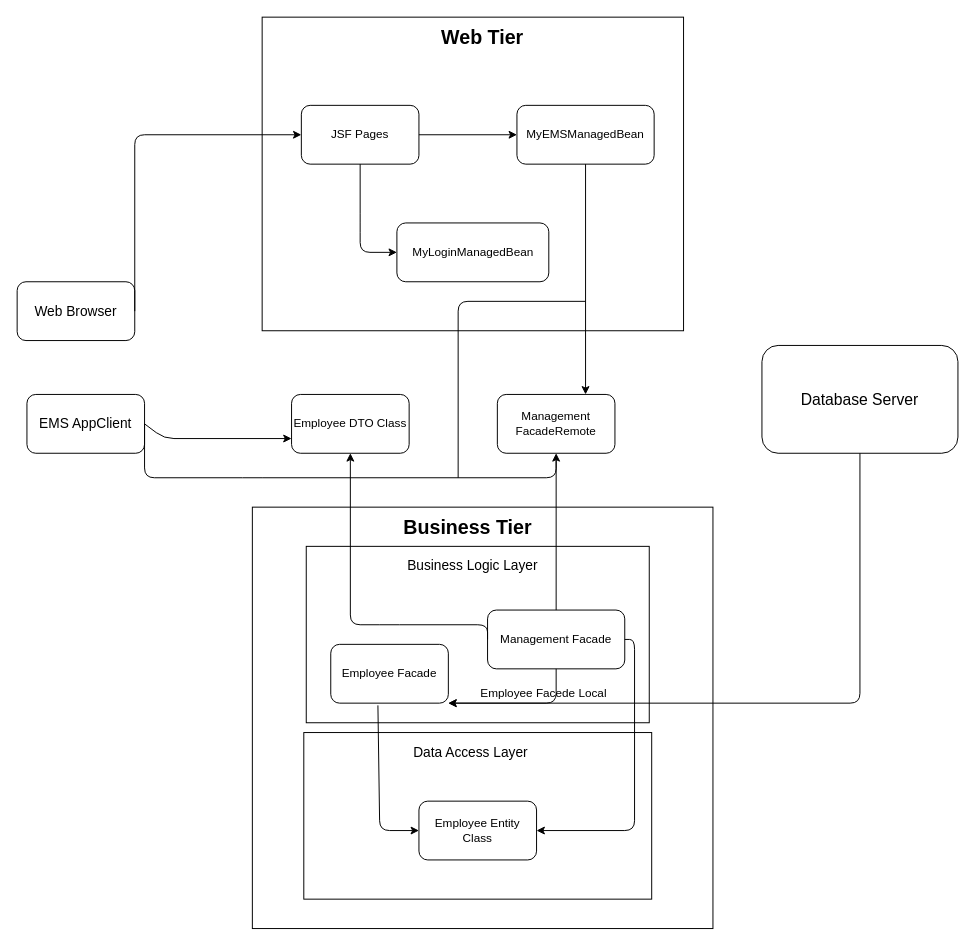
Before: PassTask7.drawio in LastMinuteBanter/DistinctionTaskUML, a draw.io diagram. Source tidied: cells renumbered, new cells numbered last; positions are measured from the earlier drawing's top-left corner, leaving out a move shared by most shapes. Both pictures are drawn from the tidied source at 98%, with x=0, y=0 at pixel (17, 17).
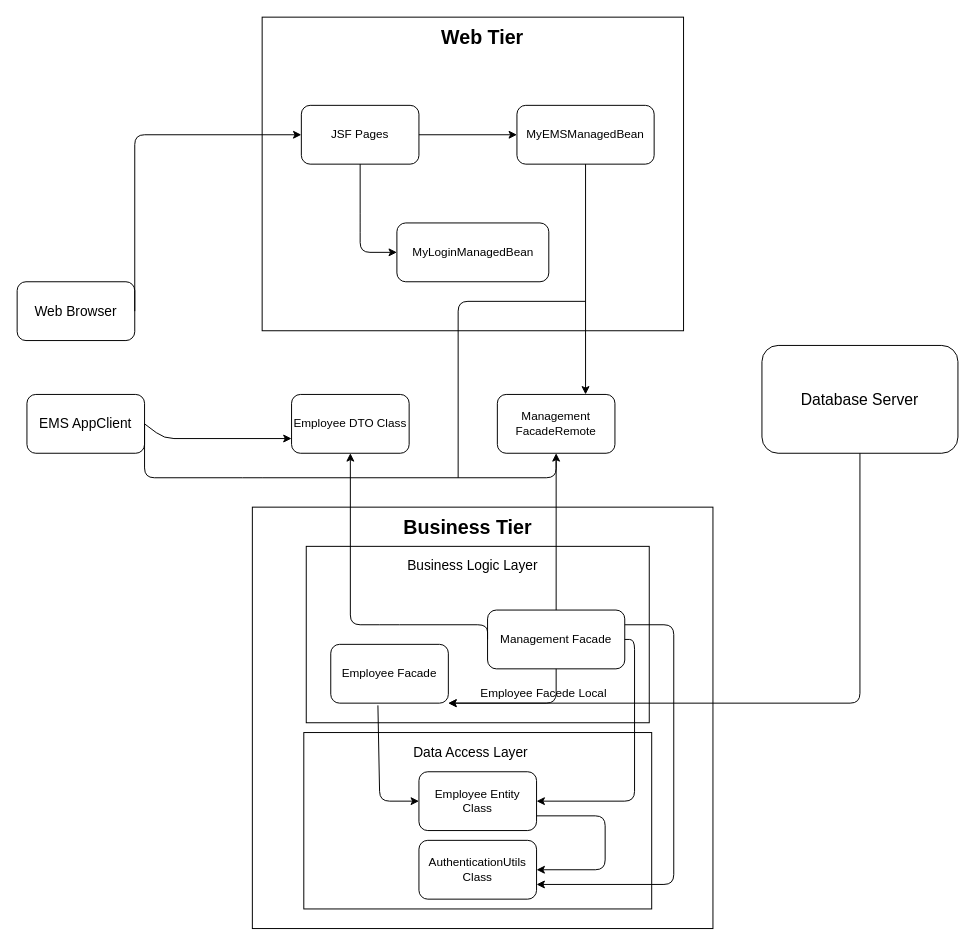
Above is the later version.

Unchanged cells that the change refers to:
```xml
<mxCell id="13" value="Management Facade" style="rounded=1;whiteSpace=wrap;html=1;" parent="1" vertex="1">
  <mxGeometry x="480" y="605" width="140" height="60" as="geometry" />
</mxCell>
<mxCell id="14" value="Employee Facade" style="rounded=1;whiteSpace=wrap;html=1;" parent="1" vertex="1">
  <mxGeometry x="320" y="640" width="120" height="60" as="geometry" />
</mxCell>
```

What changed in the source:
```diff
@@
     <mxCell id="15" style="rounded=0;whiteSpace=wrap;html=1;" parent="1" vertex="1">
-      <mxGeometry x="292.5" y="730" width="355" height="170" as="geometry" />
+      <mxGeometry x="292.5" y="730" width="355" height="180" as="geometry" />
     </mxCell>
@@
     <mxCell id="18" value="Employee Entity Class" style="rounded=1;whiteSpace=wrap;html=1;" parent="1" vertex="1">
-      <mxGeometry x="410" y="800" width="120" height="60" as="geometry" />
+      <mxGeometry x="410" y="770" width="120" height="60" as="geometry" />
     </mxCell>
@@
     <mxCell id="29" style="endArrow=classic;html=1;entryX=0;entryY=0.5;entryDx=0;entryDy=0;exitX=0.401;exitY=1.038;exitDx=0;exitDy=0;exitPerimeter=0;" parent="1" edge="1" source="14" target="18">
       <mxGeometry relative="1" as="geometry">
         <Array as="points">
-          <mxPoint x="370" y="830" />
+          <mxPoint x="370" y="800" />
         </Array>
       </mxGeometry>
     </mxCell>
     <mxCell id="30" style="endArrow=classic;html=1;exitX=1;exitY=0.5;exitDx=0;exitDy=0;entryX=1;entryY=0.5;entryDx=0;entryDy=0;" parent="1" edge="1" source="13" target="18">
       <mxGeometry relative="1" as="geometry">
         <Array as="points">
           <mxPoint x="630" y="635" />
-          <mxPoint x="630" y="830" />
+          <mxPoint x="630" y="800" />
         </Array>
       </mxGeometry>
     </mxCell>
@@
+    <mxCell id="35" value="AuthenticationUtils Class" style="rounded=1;whiteSpace=wrap;html=1;" parent="1" vertex="1">
+      <mxGeometry x="410" y="840" width="120" height="60" as="geometry" />
+    </mxCell>
+    <mxCell id="36" style="endArrow=classic;html=1;exitX=1;exitY=0.75;exitDx=0;exitDy=0;entryX=1;entryY=0.5;entryDx=0;entryDy=0;" parent="1" edge="1" source="18" target="35">
+      <mxGeometry relative="1" as="geometry">
+        <Array as="points">
+          <mxPoint x="600" y="815" />
+          <mxPoint x="600" y="870" />
+        </Array>
+      </mxGeometry>
+    </mxCell>
+    <mxCell id="37" style="endArrow=classic;html=1;entryX=1;entryY=0.75;entryDx=0;entryDy=0;exitX=1;exitY=0.25;exitDx=0;exitDy=0;" parent="1" edge="1" source="13" target="35">
+      <mxGeometry relative="1" as="geometry">
+        <Array as="points">
+          <mxPoint x="670" y="620" />
+          <mxPoint x="670" y="885" />
+        </Array>
+      </mxGeometry>
+    </mxCell>
```
